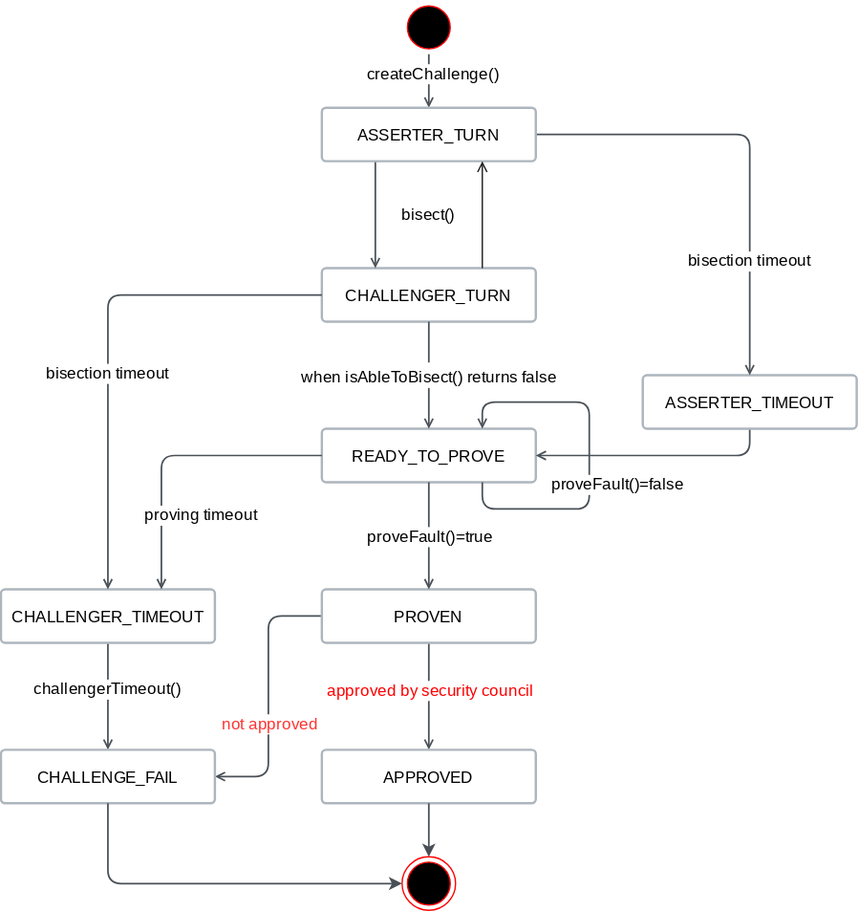
This is specs/assets/colosseum-state-diagram.svg from kroma-network/kroma, a draw.io export, as it was before one commit. Source tidied: cells renumbered, new cells last; positions are measured from the earlier drawing's top-left corner, leaving out a move shared by most shapes.
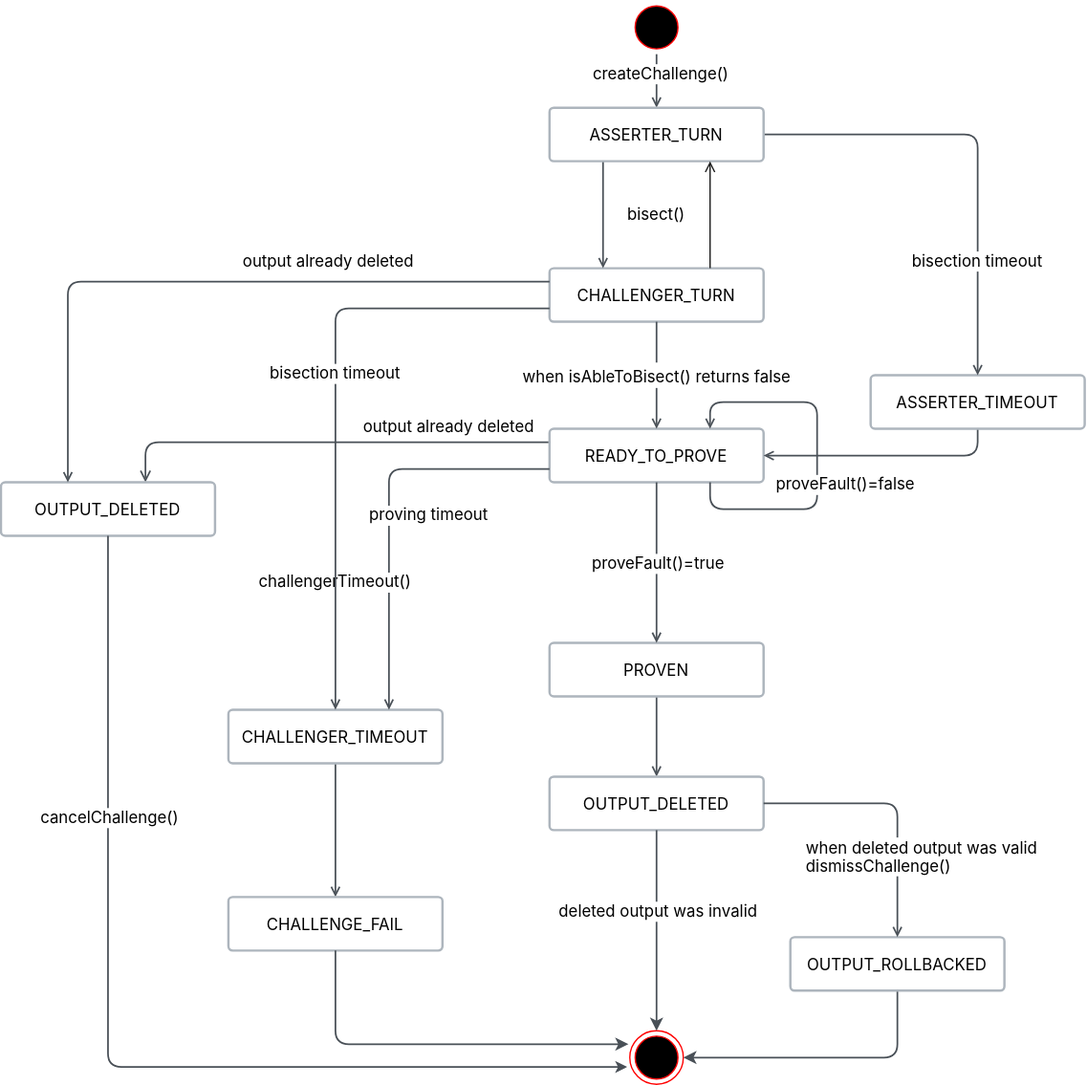
After the commit.

Change to the diagram source:
```diff
@@ -2,32 +2,34 @@
   <root>
     <mxCell id="0" />
     <mxCell id="1" parent="0" />
+    <mxCell id="37" style="edgeStyle=orthogonalEdgeStyle;rounded=1;jettySize=auto;html=1;exitX=0;exitY=0.25;exitDx=0;exitDy=0;entryX=0.675;entryY=0;entryDx=0;entryDy=0;strokeColor=#495057;strokeWidth=1.25;endArrow=open;endFill=0;entryPerimeter=0;" parent="1" edge="1" source="2" target="38">
+      <mxGeometry relative="1" as="geometry">
+        <Array as="points">
+          <mxPoint x="-62" y="330" />
+        </Array>
+      </mxGeometry>
+    </mxCell>
     <mxCell id="2" value="&lt;p style=&quot;line-height: 100%; font-size: 12px;&quot;&gt;READY_TO_PROVE&lt;br style=&quot;font-size: 12px;&quot;&gt;&lt;/p&gt;" style="rounded=1;whiteSpace=wrap;html=1;fontSize=12;fontFamily=Inter;fillColor=#FFFFFF;strokeColor=#ADB5BD;hachureGap=4;fontSource=https%3A%2F%2Ffonts.googleapis.com%2Fcss%3Ffamily%3DInter;arcSize=8;shadow=0;glass=0;spacing=0;strokeWidth=1.75;spacingTop=0;flipV=1;" parent="1" vertex="1">
       <mxGeometry x="240" y="320" width="160" height="40" as="geometry" />
     </mxCell>
-    <mxCell id="3" style="edgeStyle=orthogonalEdgeStyle;rounded=1;jettySize=auto;html=1;exitX=0.5;exitY=1;exitDx=0;exitDy=0;fontSize=16;fontFamily=Inter;strokeColor=#495057;hachureGap=4;fontSource=https%3A%2F%2Ffonts.googleapis.com%2Fcss%3Ffamily%3DInter;sourcePerimeterSpacing=0;targetPerimeterSpacing=0;strokeWidth=1.25;endFill=0;endSize=5;startSize=5;startArrow=none;startFill=0;endArrow=open;shadow=0;" parent="1" edge="1" source="6" target="22">
-      <mxGeometry relative="1" as="geometry" />
+    <mxCell id="3" style="edgeStyle=orthogonalEdgeStyle;rounded=1;jettySize=auto;html=1;fontSize=16;fontFamily=Inter;strokeColor=#495057;hachureGap=4;fontSource=https%3A%2F%2Ffonts.googleapis.com%2Fcss%3Ffamily%3DInter;sourcePerimeterSpacing=0;targetPerimeterSpacing=0;strokeWidth=1.25;endFill=0;endSize=5;startSize=5;startArrow=none;startFill=0;endArrow=open;shadow=0;exitX=0.5;exitY=1;exitDx=0;exitDy=0;entryX=0.5;entryY=0;entryDx=0;entryDy=0;" parent="1" edge="1" source="6" target="22">
+      <mxGeometry relative="1" as="geometry">
+        <Array as="points">
+          <mxPoint x="320" y="540" />
+          <mxPoint x="320" y="540" />
+        </Array>
+      </mxGeometry>
     </mxCell>
-    <mxCell id="4" value="&lt;span style=&quot;font-size: 12px;&quot;&gt;&lt;font color=&quot;#ff0000&quot;&gt;approved by security council&lt;/font&gt;&lt;/span&gt;" style="edgeLabel;html=1;align=center;verticalAlign=middle;fontFamily=Inter;fontSource=https%3A%2F%2Ffonts.googleapis.com%2Fcss%3Ffamily%3DInter;" parent="3" vertex="1">
-      <mxGeometry x="-0.2" y="3" relative="1" as="geometry">
-        <mxPoint x="-3" y="3" as="offset" />
-      </mxGeometry>
-    </mxCell>
-    <mxCell id="5" style="edgeStyle=orthogonalEdgeStyle;rounded=1;hachureGap=4;jettySize=auto;html=1;entryX=1;entryY=0.5;entryDx=0;entryDy=0;fontFamily=Inter;fontSource=https%3A%2F%2Ffonts.googleapis.com%2Fcss%3Ffamily%3DInter;fontSize=16;endArrow=open;strokeColor=#495057;startSize=5;endSize=5;sourcePerimeterSpacing=0;targetPerimeterSpacing=0;strokeWidth=1.25;endFill=0;startArrow=none;startFill=0;shadow=0;" parent="1" edge="1" source="6" target="31">
-      <mxGeometry relative="1" as="geometry" />
-    </mxCell>
     <mxCell id="6" value="&lt;p style=&quot;line-height: 100%; font-size: 12px;&quot;&gt;PROVEN&lt;/p&gt;" style="rounded=1;whiteSpace=wrap;html=1;fontSize=12;fontFamily=Inter;fillColor=#FFFFFF;strokeColor=#ADB5BD;hachureGap=4;fontSource=https%3A%2F%2Ffonts.googleapis.com%2Fcss%3Ffamily%3DInter;arcSize=8;shadow=0;glass=0;spacing=0;strokeWidth=1.75;spacingTop=0;" parent="1" vertex="1">
-      <mxGeometry x="240" y="440" width="160" height="40" as="geometry" />
+      <mxGeometry x="240" y="480" width="160" height="40" as="geometry" />
     </mxCell>
-    <mxCell id="7" style="edgeStyle=orthogonalEdgeStyle;rounded=1;jettySize=auto;html=1;exitX=0.5;exitY=1;exitDx=0;exitDy=0;fontSize=16;fontFamily=Inter;strokeColor=#495057;hachureGap=4;fontSource=https%3A%2F%2Ffonts.googleapis.com%2Fcss%3Ffamily%3DInter;sourcePerimeterSpacing=0;targetPerimeterSpacing=0;strokeWidth=1.25;endFill=0;endSize=5;startSize=5;startArrow=none;startFill=0;endArrow=open;shadow=0;" parent="1" edge="1" source="8">
-      <mxGeometry relative="1" as="geometry">
-        <mxPoint x="80" y="560" as="targetPoint" />
-      </mxGeometry>
+    <mxCell id="7" style="edgeStyle=orthogonalEdgeStyle;rounded=1;jettySize=auto;html=1;exitX=0.5;exitY=1;exitDx=0;exitDy=0;fontSize=16;fontFamily=Inter;strokeColor=#495057;hachureGap=4;fontSource=https%3A%2F%2Ffonts.googleapis.com%2Fcss%3Ffamily%3DInter;sourcePerimeterSpacing=0;targetPerimeterSpacing=0;strokeWidth=1.25;endFill=0;endSize=5;startSize=5;startArrow=none;startFill=0;endArrow=open;shadow=0;entryX=0.5;entryY=0;entryDx=0;entryDy=0;" parent="1" edge="1" source="8" target="31">
+      <mxGeometry relative="1" as="geometry" />
     </mxCell>
     <mxCell id="8" value="&lt;p style=&quot;line-height: 100%; font-size: 12px;&quot;&gt;CHALLENGER_TIMEOUT&lt;br style=&quot;font-size: 12px;&quot;&gt;&lt;/p&gt;" style="rounded=1;whiteSpace=wrap;html=1;fontSize=12;fontFamily=Inter;fillColor=#FFFFFF;strokeColor=#ADB5BD;hachureGap=4;fontSource=https%3A%2F%2Ffonts.googleapis.com%2Fcss%3Ffamily%3DInter;arcSize=8;shadow=0;glass=0;spacing=0;strokeWidth=1.75;spacingTop=0;" parent="1" vertex="1">
-      <mxGeometry y="440" width="160" height="40" as="geometry" />
+      <mxGeometry y="530" width="160" height="40" as="geometry" />
     </mxCell>
-    <mxCell id="9" style="edgeStyle=orthogonalEdgeStyle;rounded=1;jettySize=auto;html=1;entryX=0.75;entryY=0;entryDx=0;entryDy=0;endArrow=open;fontSize=16;fontFamily=Inter;strokeColor=#495057;hachureGap=4;fontSource=https%3A%2F%2Ffonts.googleapis.com%2Fcss%3Ffamily%3DInter;startSize=5;endSize=5;sourcePerimeterSpacing=0;targetPerimeterSpacing=0;strokeWidth=1.25;endFill=0;startArrow=none;startFill=0;exitX=0;exitY=0.5;exitDx=0;exitDy=0;" parent="1" edge="1" source="2" target="8">
+    <mxCell id="9" style="edgeStyle=orthogonalEdgeStyle;rounded=1;jettySize=auto;html=1;entryX=0.75;entryY=0;entryDx=0;entryDy=0;endArrow=open;fontSize=16;fontFamily=Inter;strokeColor=#495057;hachureGap=4;fontSource=https%3A%2F%2Ffonts.googleapis.com%2Fcss%3Ffamily%3DInter;startSize=5;endSize=5;sourcePerimeterSpacing=0;targetPerimeterSpacing=0;strokeWidth=1.25;endFill=0;startArrow=none;startFill=0;exitX=0;exitY=0.75;exitDx=0;exitDy=0;" parent="1" edge="1" source="2" target="8">
       <mxGeometry relative="1" as="geometry" />
     </mxCell>
     <mxCell id="10" value="&lt;p style=&quot;line-height: 100%; font-size: 12px;&quot;&gt;CHALLENGER_TURN&lt;br style=&quot;font-size: 12px;&quot;&gt;&lt;/p&gt;" style="rounded=1;whiteSpace=wrap;html=1;fontSize=12;fontFamily=Inter;fillColor=#FFFFFF;strokeColor=#ADB5BD;hachureGap=4;fontSource=https%3A%2F%2Ffonts.googleapis.com%2Fcss%3Ffamily%3DInter;arcSize=8;shadow=0;glass=0;spacing=0;strokeWidth=1.75;spacingTop=0;flipV=1;" parent="1" vertex="1">
@@ -73,12 +75,12 @@
       <mxGeometry x="-0.28" y="2" relative="1" as="geometry" />
     </mxCell>
     <mxCell id="21" style="ellipse;html=1;shape=endState;fillColor=#000000;strokeColor=#ff0000;fontFamily=Inter;fontSource=https%3A%2F%2Ffonts.googleapis.com%2Fcss%3Ffamily%3DInter;" parent="1" vertex="1">
-      <mxGeometry x="300" y="640" width="40" height="40" as="geometry" />
+      <mxGeometry x="300" y="770" width="40" height="40" as="geometry" />
     </mxCell>
-    <mxCell id="22" value="&lt;p style=&quot;line-height: 100%; font-size: 12px;&quot;&gt;APPROVED&lt;br style=&quot;font-size: 12px;&quot;&gt;&lt;/p&gt;" style="rounded=1;whiteSpace=wrap;html=1;fontSize=12;fontFamily=Inter;fillColor=#FFFFFF;strokeColor=#ADB5BD;hachureGap=4;fontSource=https%3A%2F%2Ffonts.googleapis.com%2Fcss%3Ffamily%3DInter;arcSize=8;shadow=0;glass=0;spacing=0;strokeWidth=1.75;spacingTop=0;" parent="1" vertex="1">
-      <mxGeometry x="240" y="560" width="160" height="40" as="geometry" />
+    <mxCell id="22" value="&lt;p style=&quot;line-height: 100%; font-size: 12px;&quot;&gt;OUTPUT_DELETED&lt;/p&gt;" style="rounded=1;whiteSpace=wrap;html=1;fontSize=12;fontFamily=Inter;fillColor=#FFFFFF;strokeColor=#ADB5BD;hachureGap=4;fontSource=https%3A%2F%2Ffonts.googleapis.com%2Fcss%3Ffamily%3DInter;arcSize=8;shadow=0;glass=0;spacing=0;strokeWidth=1.75;spacingTop=0;" parent="1" vertex="1">
+      <mxGeometry x="240" y="580" width="160" height="40" as="geometry" />
     </mxCell>
-    <mxCell id="23" style="edgeStyle=orthogonalEdgeStyle;rounded=0;jettySize=auto;html=1;entryX=0.5;entryY=0;entryDx=0;entryDy=0;exitX=0.5;exitY=1;exitDx=0;exitDy=0;strokeColor=#495057;fontSize=16;fontFamily=Inter;hachureGap=4;fontSource=https%3A%2F%2Ffonts.googleapis.com%2Fcss%3Ffamily%3DInter;sourcePerimeterSpacing=0;targetPerimeterSpacing=0;strokeWidth=1.25;endFill=1;endSize=6;startSize=6;startArrow=none;startFill=0;" parent="1" edge="1" source="22" target="21">
+    <mxCell id="23" style="edgeStyle=orthogonalEdgeStyle;rounded=1;jettySize=auto;html=1;entryX=0.5;entryY=0;entryDx=0;entryDy=0;exitX=0.5;exitY=1;exitDx=0;exitDy=0;strokeColor=#495057;fontSize=16;fontFamily=Inter;hachureGap=4;fontSource=https%3A%2F%2Ffonts.googleapis.com%2Fcss%3Ffamily%3DInter;sourcePerimeterSpacing=0;targetPerimeterSpacing=0;strokeWidth=1.25;endFill=1;endSize=6;startSize=6;startArrow=none;startFill=0;" parent="1" edge="1" source="22" target="21">
       <mxGeometry relative="1" as="geometry" />
     </mxCell>
     <mxCell id="24" value="&lt;p style=&quot;line-height: 100%; font-size: 12px;&quot;&gt;ASSERTER_TIMEOUT&lt;/p&gt;" style="rounded=1;whiteSpace=wrap;html=1;fontSize=12;fontFamily=Inter;fillColor=#FFFFFF;strokeColor=#ADB5BD;hachureGap=4;fontSource=https%3A%2F%2Ffonts.googleapis.com%2Fcss%3Ffamily%3DInter;arcSize=8;shadow=0;glass=0;spacing=0;strokeWidth=1.75;spacingTop=0;" parent="1" vertex="1">
@@ -92,7 +94,7 @@
       </mxGeometry>
     </mxCell>
     <mxCell id="26" value="&lt;font style=&quot;font-size: 12px;&quot;&gt;&lt;font&gt;challengerTimeout()&lt;/font&gt;&lt;br&gt;&lt;/font&gt;" style="rounded=1;whiteSpace=wrap;html=1;fontSize=12;fontFamily=Inter;hachureGap=4;fontSource=https%3A%2F%2Ffonts.googleapis.com%2Fcss%3Ffamily%3DInter;arcSize=5;shadow=0;glass=0;spacing=0;strokeWidth=1.25;spacingTop=0;strokeColor=none;fillColor=none;labelBackgroundColor=default;" parent="1" vertex="1">
-      <mxGeometry x="20" y="500" width="120" height="30" as="geometry" />
+      <mxGeometry x="20" y="420" width="120" height="30" as="geometry" />
     </mxCell>
     <mxCell id="27" value="&lt;font style=&quot;font-size: 12px;&quot;&gt;&lt;font&gt;bisection timeout&lt;/font&gt;&lt;br&gt;&lt;/font&gt;" style="rounded=1;whiteSpace=wrap;html=1;fontSize=12;fontFamily=Inter;hachureGap=4;fontSource=https%3A%2F%2Ffonts.googleapis.com%2Fcss%3Ffamily%3DInter;arcSize=5;shadow=0;glass=0;spacing=0;strokeWidth=1.25;spacingTop=0;strokeColor=none;fillColor=none;labelBackgroundColor=default;" parent="1" vertex="1">
       <mxGeometry x="500" y="180" width="120" height="30" as="geometry" />
@@ -107,22 +109,65 @@
       <mxGeometry relative="1" as="geometry" />
     </mxCell>
     <mxCell id="31" value="&lt;p style=&quot;line-height: 100%; font-size: 12px;&quot;&gt;CHALLENGE_FAIL&lt;br style=&quot;font-size: 12px;&quot;&gt;&lt;/p&gt;" style="rounded=1;whiteSpace=wrap;html=1;fontSize=12;fontFamily=Inter;fillColor=#FFFFFF;strokeColor=#ADB5BD;hachureGap=4;fontSource=https%3A%2F%2Ffonts.googleapis.com%2Fcss%3Ffamily%3DInter;arcSize=8;shadow=0;glass=0;spacing=0;strokeWidth=1.75;spacingTop=0;" parent="1" vertex="1">
-      <mxGeometry y="560" width="160" height="40" as="geometry" />
+      <mxGeometry y="670" width="160" height="40" as="geometry" />
     </mxCell>
-    <mxCell id="32" style="edgeStyle=orthogonalEdgeStyle;rounded=1;jettySize=auto;html=1;entryX=0;entryY=0.5;entryDx=0;entryDy=0;exitX=0.5;exitY=1;exitDx=0;exitDy=0;fontSize=16;fontFamily=Inter;strokeColor=#495057;hachureGap=4;fontSource=https%3A%2F%2Ffonts.googleapis.com%2Fcss%3Ffamily%3DInter;sourcePerimeterSpacing=0;targetPerimeterSpacing=0;strokeWidth=1.25;endFill=1;endSize=6;startSize=6;startArrow=none;startFill=0;" parent="1" edge="1" source="31" target="21">
+    <mxCell id="32" style="edgeStyle=orthogonalEdgeStyle;rounded=1;jettySize=auto;html=1;entryX=-0.025;entryY=0.25;entryDx=0;entryDy=0;exitX=0.5;exitY=1;exitDx=0;exitDy=0;fontSize=16;fontFamily=Inter;strokeColor=#495057;hachureGap=4;fontSource=https%3A%2F%2Ffonts.googleapis.com%2Fcss%3Ffamily%3DInter;sourcePerimeterSpacing=0;targetPerimeterSpacing=0;strokeWidth=1.25;endFill=1;endSize=6;startSize=6;startArrow=none;startFill=0;entryPerimeter=0;" parent="1" edge="1" source="31" target="21">
       <mxGeometry relative="1" as="geometry" />
     </mxCell>
-    <mxCell id="33" style="edgeStyle=orthogonalEdgeStyle;rounded=1;jettySize=auto;html=1;endArrow=open;fontSize=16;fontFamily=Inter;strokeColor=#495057;hachureGap=4;fontSource=https%3A%2F%2Ffonts.googleapis.com%2Fcss%3Ffamily%3DInter;startSize=5;endSize=5;sourcePerimeterSpacing=0;targetPerimeterSpacing=0;strokeWidth=1.25;endFill=0;startArrow=none;startFill=0;exitX=0;exitY=0.5;exitDx=0;exitDy=0;" parent="1" edge="1" source="10" target="8">
+    <mxCell id="33" style="edgeStyle=orthogonalEdgeStyle;rounded=1;jettySize=auto;html=1;endArrow=open;fontSize=16;fontFamily=Inter;strokeColor=#495057;hachureGap=4;fontSource=https%3A%2F%2Ffonts.googleapis.com%2Fcss%3Ffamily%3DInter;startSize=5;endSize=5;sourcePerimeterSpacing=0;targetPerimeterSpacing=0;strokeWidth=1.25;endFill=0;startArrow=none;startFill=0;exitX=0;exitY=0.75;exitDx=0;exitDy=0;" parent="1" edge="1" source="10" target="8">
       <mxGeometry relative="1" as="geometry" />
     </mxCell>
     <mxCell id="34" value="&lt;font style=&quot;font-size: 12px;&quot;&gt;&lt;font&gt;bisection timeout&lt;/font&gt;&lt;br&gt;&lt;/font&gt;" style="rounded=1;whiteSpace=wrap;html=1;fontSize=12;fontFamily=Inter;hachureGap=4;fontSource=https%3A%2F%2Ffonts.googleapis.com%2Fcss%3Ffamily%3DInter;arcSize=5;shadow=0;glass=0;spacing=0;strokeWidth=1.25;spacingTop=0;strokeColor=none;fillColor=none;labelBackgroundColor=default;" parent="1" vertex="1">
       <mxGeometry x="20" y="264" width="120" height="30" as="geometry" />
     </mxCell>
-    <mxCell id="35" value="&lt;span style=&quot;font-size: 12px;&quot;&gt;&lt;font color=&quot;#ff3333&quot;&gt;not approved&lt;/font&gt;&lt;/span&gt;" style="edgeLabel;html=1;align=center;verticalAlign=middle;fontFamily=Inter;fontSource=https%3A%2F%2Ffonts.googleapis.com%2Fcss%3Ffamily%3DInter;" parent="1" vertex="1">
-      <mxGeometry x="200" y="540" as="geometry" />
-    </mxCell>
     <mxCell id="36" value="&lt;font style=&quot;font-size: 12px;&quot;&gt;&lt;font&gt;bisect()&lt;/font&gt;&lt;br&gt;&lt;/font&gt;" style="rounded=1;whiteSpace=wrap;html=1;fontSize=12;fontFamily=Inter;hachureGap=4;fontSource=https%3A%2F%2Ffonts.googleapis.com%2Fcss%3Ffamily%3DInter;arcSize=5;shadow=0;glass=0;spacing=0;strokeWidth=1.25;spacingTop=0;strokeColor=none;fillColor=none;labelBackgroundColor=default;" parent="1" vertex="1">
       <mxGeometry x="295" y="150" width="50" height="20" as="geometry" />
     </mxCell>
+    <mxCell id="38" value="&lt;p style=&quot;line-height: 100%; font-size: 12px;&quot;&gt;OUTPUT_DELETED&lt;br style=&quot;font-size: 12px;&quot;&gt;&lt;/p&gt;" style="rounded=1;whiteSpace=wrap;html=1;fontSize=12;fontFamily=Inter;fillColor=#FFFFFF;strokeColor=#ADB5BD;hachureGap=4;fontSource=https%3A%2F%2Ffonts.googleapis.com%2Fcss%3Ffamily%3DInter;arcSize=8;shadow=0;glass=0;spacing=0;strokeWidth=1.75;spacingTop=0;" parent="1" vertex="1">
+      <mxGeometry x="-170" y="360" width="160" height="40" as="geometry" />
+    </mxCell>
+    <mxCell id="39" style="edgeStyle=orthogonalEdgeStyle;rounded=1;jettySize=auto;html=1;endArrow=open;fontSize=16;fontFamily=Inter;strokeColor=#495057;hachureGap=4;fontSource=https%3A%2F%2Ffonts.googleapis.com%2Fcss%3Ffamily%3DInter;startSize=5;endSize=5;sourcePerimeterSpacing=0;targetPerimeterSpacing=0;strokeWidth=1.25;endFill=0;startArrow=none;startFill=0;exitX=0;exitY=0.25;exitDx=0;exitDy=0;" parent="1" edge="1" source="10">
+      <mxGeometry relative="1" as="geometry">
+        <mxPoint x="-120" y="360" as="targetPoint" />
+        <Array as="points">
+          <mxPoint x="-120" y="210" />
+        </Array>
+      </mxGeometry>
+    </mxCell>
+    <mxCell id="40" value="&lt;font style=&quot;font-size: 12px;&quot;&gt;&lt;font&gt;output already deleted&lt;/font&gt;&lt;br&gt;&lt;/font&gt;" style="rounded=1;whiteSpace=wrap;html=1;fontSize=12;fontFamily=Inter;hachureGap=4;fontSource=https%3A%2F%2Ffonts.googleapis.com%2Fcss%3Ffamily%3DInter;arcSize=5;shadow=0;glass=0;spacing=0;strokeWidth=1.25;spacingTop=0;strokeColor=none;fillColor=none;labelBackgroundColor=default;" parent="1" vertex="1">
+      <mxGeometry y="180" width="150" height="30" as="geometry" />
+    </mxCell>
+    <mxCell id="41" value="&lt;font style=&quot;font-size: 12px;&quot;&gt;&lt;font&gt;output already deleted&lt;/font&gt;&lt;br&gt;&lt;/font&gt;" style="rounded=1;whiteSpace=wrap;html=1;fontSize=12;fontFamily=Inter;hachureGap=4;fontSource=https%3A%2F%2Ffonts.googleapis.com%2Fcss%3Ffamily%3DInter;arcSize=5;shadow=0;glass=0;spacing=0;strokeWidth=1.25;spacingTop=0;strokeColor=none;fillColor=none;labelBackgroundColor=default;" parent="1" vertex="1">
+      <mxGeometry x="90" y="304" width="150" height="30" as="geometry" />
+    </mxCell>
+    <mxCell id="42" style="edgeStyle=orthogonalEdgeStyle;rounded=1;jettySize=auto;html=1;endArrow=classic;fontSize=16;fontFamily=Inter;strokeColor=#495057;hachureGap=4;fontSource=https%3A%2F%2Ffonts.googleapis.com%2Fcss%3Ffamily%3DInter;startSize=5;endSize=5;sourcePerimeterSpacing=0;targetPerimeterSpacing=0;strokeWidth=1.25;endFill=1;startArrow=none;startFill=0;exitX=0.5;exitY=1;exitDx=0;exitDy=0;entryX=-0.05;entryY=0.675;entryDx=0;entryDy=0;entryPerimeter=0;" parent="1" edge="1" source="38" target="21">
+      <mxGeometry relative="1" as="geometry">
+        <Array as="points">
+          <mxPoint x="-90" y="797" />
+        </Array>
+      </mxGeometry>
+    </mxCell>
+    <mxCell id="43" value="&lt;font style=&quot;font-size: 12px;&quot;&gt;cancelChallenge()&lt;/font&gt;" style="edgeLabel;html=1;align=center;verticalAlign=middle;fontFamily=Inter;fontSource=https%3A%2F%2Ffonts.googleapis.com%2Fcss%3Ffamily%3DInter;" parent="1" vertex="1">
+      <mxGeometry x="-90" y="610" as="geometry" />
+    </mxCell>
+    <mxCell id="44" style="edgeStyle=orthogonalEdgeStyle;rounded=1;jettySize=auto;html=1;exitX=0.5;exitY=1;exitDx=0;exitDy=0;entryX=1;entryY=0.5;entryDx=0;entryDy=0;strokeWidth=1.25;strokeColor=#495057;" parent="1" edge="1" source="45" target="21">
+      <mxGeometry relative="1" as="geometry" />
+    </mxCell>
+    <mxCell id="45" value="&lt;p style=&quot;line-height: 100%; font-size: 12px;&quot;&gt;OUTPUT_ROLLBACKED&lt;/p&gt;" style="rounded=1;whiteSpace=wrap;html=1;fontSize=12;fontFamily=Inter;fillColor=#FFFFFF;strokeColor=#ADB5BD;hachureGap=4;fontSource=https%3A%2F%2Ffonts.googleapis.com%2Fcss%3Ffamily%3DInter;arcSize=8;shadow=0;glass=0;spacing=0;strokeWidth=1.75;spacingTop=0;" parent="1" vertex="1">
+      <mxGeometry x="420" y="700" width="160" height="40" as="geometry" />
+    </mxCell>
+    <mxCell id="46" value="&lt;span style=&quot;font-size: 12px;&quot;&gt;deleted output was invalid&lt;/span&gt;" style="edgeLabel;html=1;align=center;verticalAlign=middle;fontFamily=Inter;fontSource=https%3A%2F%2Ffonts.googleapis.com%2Fcss%3Ffamily%3DInter;" parent="1" vertex="1">
+      <mxGeometry x="320" y="680" as="geometry" />
+    </mxCell>
+    <mxCell id="47" style="edgeStyle=orthogonalEdgeStyle;rounded=1;jettySize=auto;html=1;fontSize=16;fontFamily=Inter;strokeColor=#495057;hachureGap=4;fontSource=https%3A%2F%2Ffonts.googleapis.com%2Fcss%3Ffamily%3DInter;sourcePerimeterSpacing=0;targetPerimeterSpacing=0;strokeWidth=1.25;endFill=0;endSize=5;startSize=5;startArrow=none;startFill=0;endArrow=open;shadow=0;exitX=1;exitY=0.5;exitDx=0;exitDy=0;entryX=0.5;entryY=0;entryDx=0;entryDy=0;" parent="1" edge="1" source="22" target="45">
+      <mxGeometry relative="1" as="geometry">
+        <Array as="points">
+          <mxPoint x="500" y="600" />
+        </Array>
+      </mxGeometry>
+    </mxCell>
+    <mxCell id="48" value="&lt;span style=&quot;color: rgb(0, 0, 0); font-family: Inter; font-size: 12px; font-style: normal; font-variant-ligatures: normal; font-variant-caps: normal; font-weight: 400; letter-spacing: normal; orphans: 2; text-align: center; text-indent: 0px; text-transform: none; widows: 2; word-spacing: 0px; -webkit-text-stroke-width: 0px; background-color: rgb(255, 255, 255); text-decoration-thickness: initial; text-decoration-style: initial; text-decoration-color: initial; float: none; display: inline !important;&quot;&gt;when deleted output was valid&lt;br&gt;dismissChallenge()&lt;br&gt;&lt;/span&gt;" style="text;whiteSpace=wrap;html=1;" parent="1" vertex="1">
+      <mxGeometry x="430" y="620" width="180" height="40" as="geometry" />
+    </mxCell>
   </root>
 </mxGraphModel>
```
